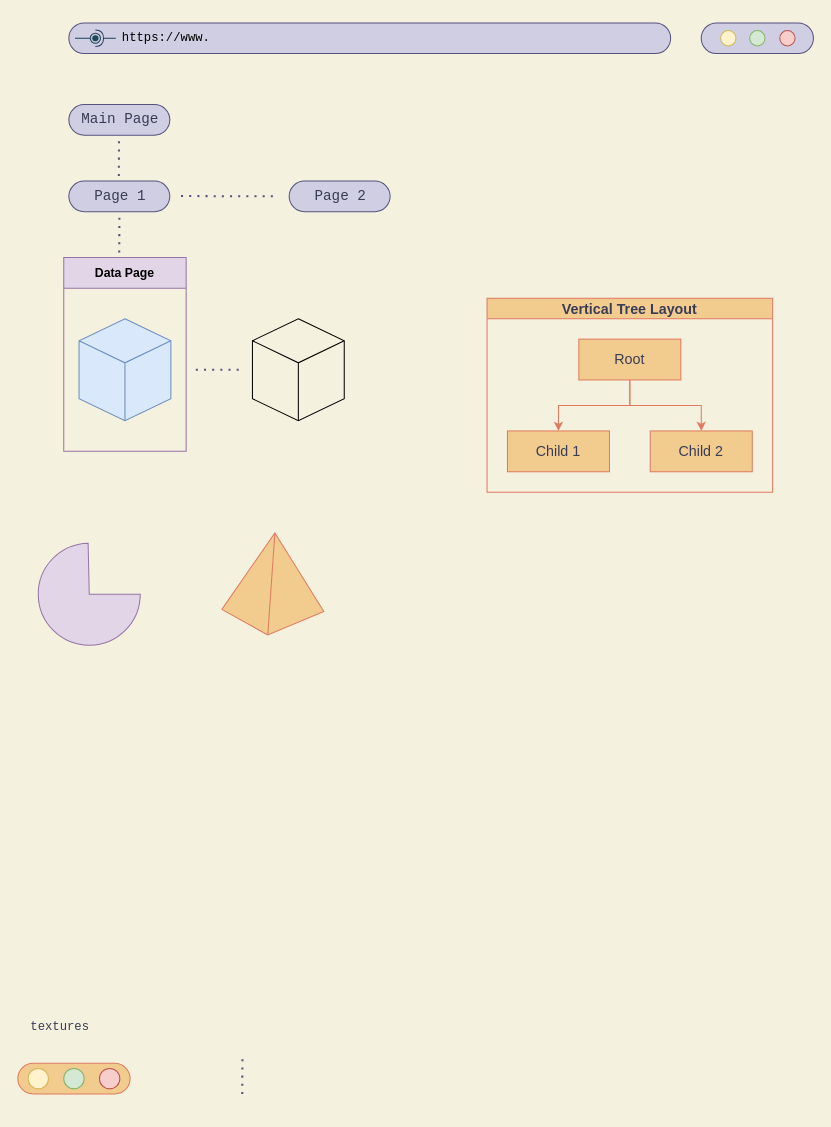
Before: Untitled Diagram.drawio in NoNFake/page-homework, a draw.io diagram. Source tidied: cells renumbered, new cells numbered last; positions are measured from the earlier drawing's top-left corner, leaving out a move shared by most shapes. Both pictures are drawn from the tidied source at 102%, with x=0, y=0 at pixel (17, 17).
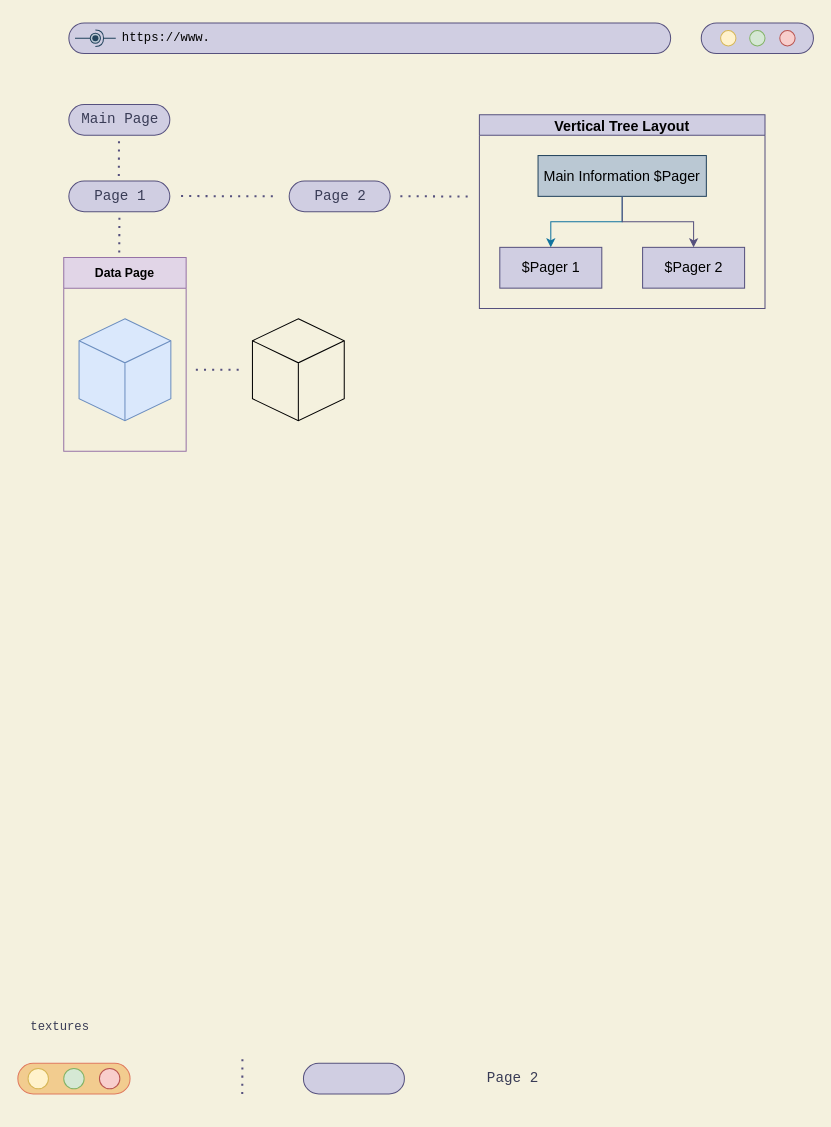
The same page after the edit.

What changed in the source:
```diff
@@
-    <mxCell id="7" value="Vertical Tree Layout" style="swimlane;startSize=20;horizontal=1;horizontalTree=0;containerType=tree;fontSize=14;fillColor=#F2CC8F;strokeColor=#E07A5F;fontColor=#393C56;" parent="1" vertex="1">
-      <mxGeometry x="460" y="275" width="280" height="190" as="geometry" />
+    <mxCell id="7" value="Vertical Tree Layout" style="swimlane;startSize=20;horizontal=1;horizontalTree=0;containerType=tree;fontSize=14;fillColor=#d0cee2;strokeColor=#56517e;" parent="1" vertex="1">
+      <mxGeometry x="452.5" y="95" width="280" height="190" as="geometry" />
     </mxCell>
-    <mxCell id="8" value="Root" style="whiteSpace=wrap;html=1;fontSize=14;fillColor=#F2CC8F;strokeColor=#E07A5F;fontColor=#393C56;" parent="7" vertex="1">
-      <mxGeometry x="90" y="40" width="100" height="40" as="geometry" />
+    <mxCell id="8" value="Main Information $Pager" style="whiteSpace=wrap;html=1;fontSize=14;fillColor=#bac8d3;strokeColor=#23445d;" parent="7" vertex="1">
+      <mxGeometry x="57.5" y="40" width="165" height="40" as="geometry" />
     </mxCell>
-    <mxCell id="9" value="Child 1" style="whiteSpace=wrap;html=1;fontSize=14;fillColor=#F2CC8F;strokeColor=#E07A5F;fontColor=#393C56;" parent="7" vertex="1">
+    <mxCell id="9" value="$Pager 1" style="whiteSpace=wrap;html=1;fontSize=14;fillColor=#d0cee2;strokeColor=#56517e;" parent="7" vertex="1">
       <mxGeometry x="20" y="130" width="100" height="40" as="geometry" />
     </mxCell>
-    <mxCell id="10" style="edgeStyle=elbowEdgeStyle;elbow=vertical;html=1;rounded=0;fontSize=14;labelBackgroundColor=#F4F1DE;strokeColor=#E07A5F;fontColor=#393C56;" parent="7" edge="1" source="8" target="9">
+    <mxCell id="10" style="edgeStyle=elbowEdgeStyle;elbow=vertical;html=1;rounded=0;fontSize=14;labelBackgroundColor=#F4F1DE;strokeColor=#10739e;fontColor=#393C56;fillColor=#b1ddf0;" parent="7" edge="1" source="8" target="9">
       <mxGeometry relative="1" as="geometry" />
     </mxCell>
-    <mxCell id="11" value="Child 2" style="whiteSpace=wrap;html=1;fontSize=14;fillColor=#F2CC8F;strokeColor=#E07A5F;fontColor=#393C56;" parent="7" vertex="1">
+    <mxCell id="11" value="$Pager 2" style="whiteSpace=wrap;html=1;fontSize=14;fillColor=#d0cee2;strokeColor=#56517e;" parent="7" vertex="1">
       <mxGeometry x="160" y="130" width="100" height="40" as="geometry" />
     </mxCell>
-    <mxCell id="12" style="edgeStyle=elbowEdgeStyle;elbow=vertical;html=1;rounded=0;fontSize=14;labelBackgroundColor=#F4F1DE;strokeColor=#E07A5F;fontColor=#393C56;" parent="7" edge="1" source="8" target="11">
+    <mxCell id="12" style="edgeStyle=elbowEdgeStyle;elbow=vertical;html=1;rounded=0;fontSize=14;labelBackgroundColor=#F4F1DE;strokeColor=#56517e;fontColor=#393C56;fillColor=#d0cee2;" parent="7" edge="1" source="8" target="11">
       <mxGeometry relative="1" as="geometry" />
     </mxCell>
-    <mxCell id="13" style="verticalLabelPosition=bottom;verticalAlign=top;html=1;shape=mxgraph.basic.pyramid;dx1=0.52;dx2=0.45;dy1=0.75;dy2=0.77;strokeColor=#E07A5F;fontFamily=Courier New;fontColor=#393C56;fillColor=#F2CC8F;" parent="1" vertex="1">
-      <mxGeometry x="200" y="505" width="100" height="100" as="geometry" />
-    </mxCell>
-    <mxCell id="14" style="verticalLabelPosition=bottom;verticalAlign=top;html=1;shape=mxgraph.basic.pie;startAngle=0.25;endAngle=0.9964638054998425;strokeColor=#9673a6;fontFamily=Courier New;fillColor=#e1d5e7;" parent="1" vertex="1">
-      <mxGeometry x="20" y="515" width="100" height="100" as="geometry" />
-    </mxCell>
@@
+    <mxCell id="38" style="rounded=1;whiteSpace=wrap;html=1;fillColor=#d0cee2;strokeColor=#56517e;arcSize=50;" parent="1" vertex="1">
+      <mxGeometry x="280" y="1025" width="99" height="30" as="geometry" />
+    </mxCell>
+    <mxCell id="39" value="&lt;blockquote&gt;Page 2&lt;br&gt;&lt;/blockquote&gt;" style="text;align=center;verticalAlign=middle;fillColor=none;strokeColor=none;rounded=0;fontSize=14;fontColor=#393C56;labelBackgroundColor=none;labelBorderColor=none;html=1;fontFamily=Courier New;rotation=0;" parent="1" vertex="1">
+      <mxGeometry x="410" y="1010" width="150" height="60" as="geometry" />
+    </mxCell>
+    <mxCell id="40" style="endArrow=none;dashed=1;html=1;dashPattern=1 3;strokeWidth=2;rounded=0;strokeColor=#56517e;fontFamily=Courier New;fontColor=#393C56;fillColor=#d0cee2;" parent="1" edge="1">
+      <mxGeometry relative="1" as="geometry">
+        <mxPoint x="441" y="175.2" as="sourcePoint" />
+        <mxPoint x="370" y="174.8" as="targetPoint" />
+      </mxGeometry>
+    </mxCell>
```
